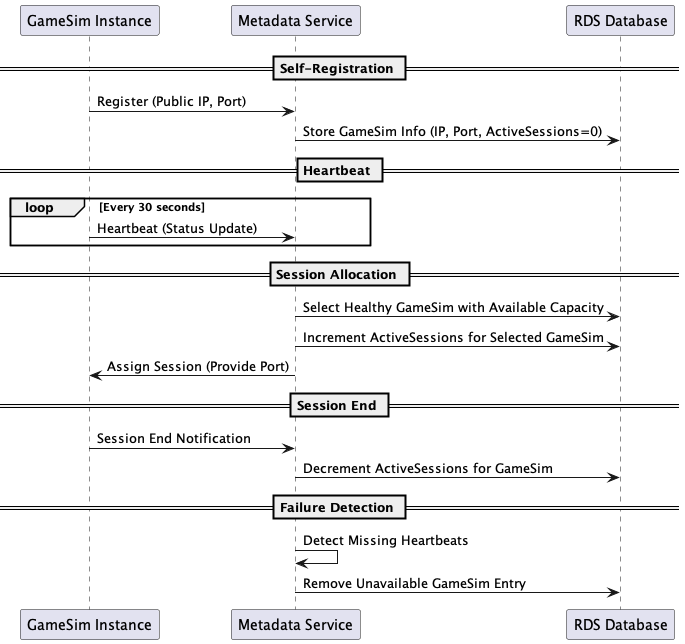
This is docs/img/2-gamesim-registration.png from dcasadevall/rpg-server, a PlantUML export, as it was before one commit.
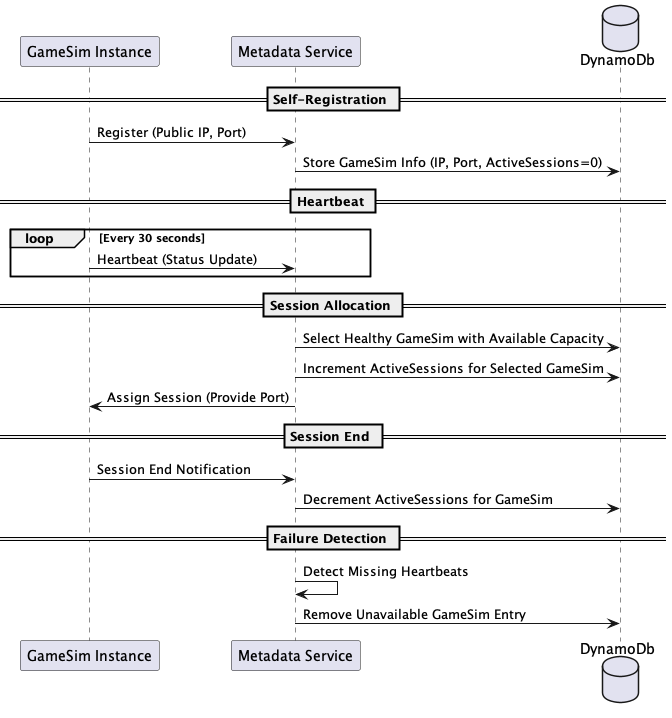
Above is the later version.

What changed in the source:
```diff
@@ -1,11 +1,11 @@
 @startuml GameSim Registration and Heartbeat
 participant "GameSim Instance" as GS
 participant "Metadata Service" as MDS
-participant "RDS Database" as RDS
+database "DynamoDb" as DynamoDb
 
 == Self-Registration ==
 GS -> MDS : Register (Public IP, Port)
-MDS -> RDS : Store GameSim Info (IP, Port, ActiveSessions=0)
+MDS -> DynamoDb : Store GameSim Info (IP, Port, ActiveSessions=0)
 
 == Heartbeat ==
 loop Every 30 seconds
@@ -13,15 +13,15 @@
 end
 
 == Session Allocation ==
-MDS -> RDS : Select Healthy GameSim with Available Capacity
-MDS -> RDS : Increment ActiveSessions for Selected GameSim
+MDS -> DynamoDb : Select Healthy GameSim with Available Capacity
+MDS -> DynamoDb : Increment ActiveSessions for Selected GameSim
 MDS -> GS : Assign Session (Provide Port)
 
 == Session End ==
 GS -> MDS : Session End Notification
-MDS -> RDS : Decrement ActiveSessions for GameSim
+MDS -> DynamoDb : Decrement ActiveSessions for GameSim
 
 == Failure Detection ==
 MDS -> MDS : Detect Missing Heartbeats
-MDS -> RDS : Remove Unavailable GameSim Entry
+MDS -> DynamoDb : Remove Unavailable GameSim Entry
 @enduml
```
